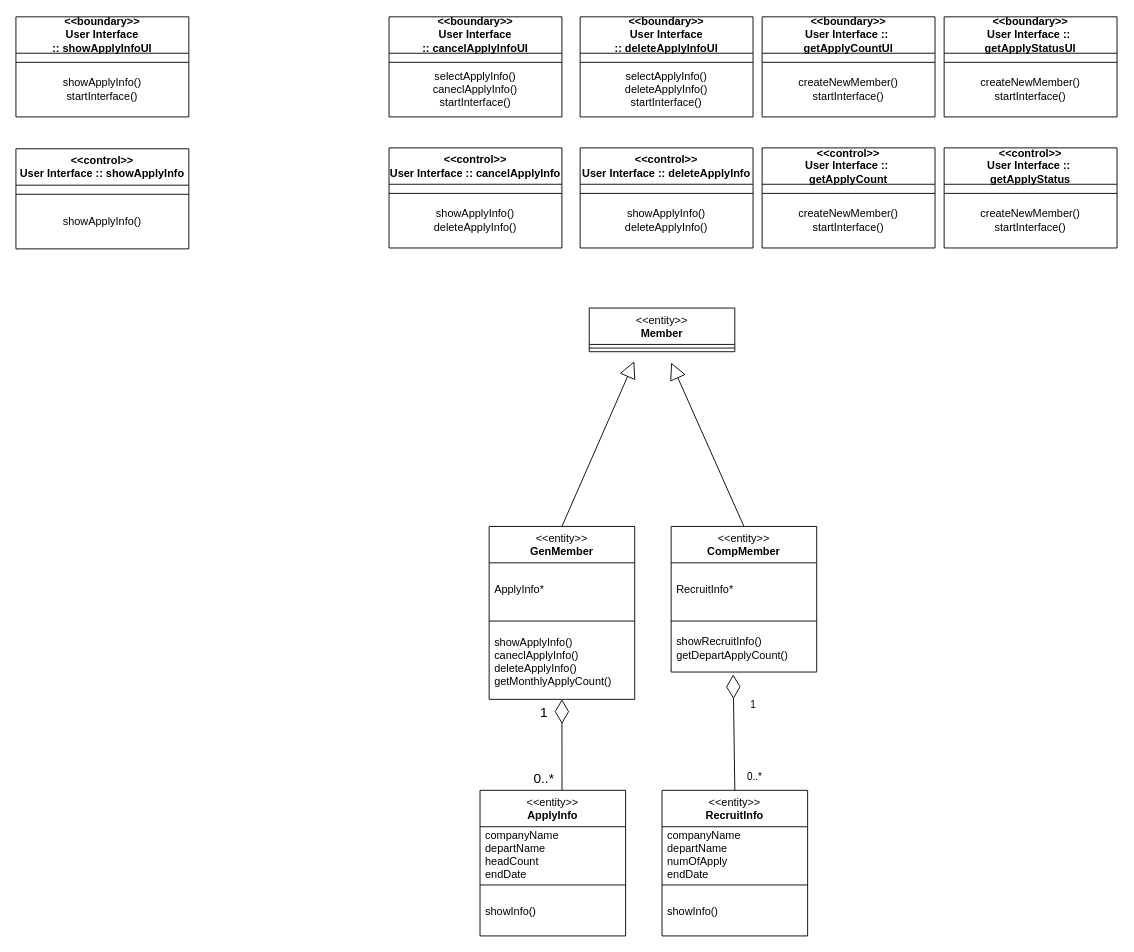
Before: page "class_diagram" (1 of 10) of classDiagram.drawio in hjee02018/UML, a draw.io diagram. Source tidied: cells renumbered, new cells numbered last; positions are measured from the earlier drawing's top-left corner, leaving out a move shared by most shapes. Both pictures are drawn from the tidied source at 91%, with x=0, y=0 at pixel (15, 16).
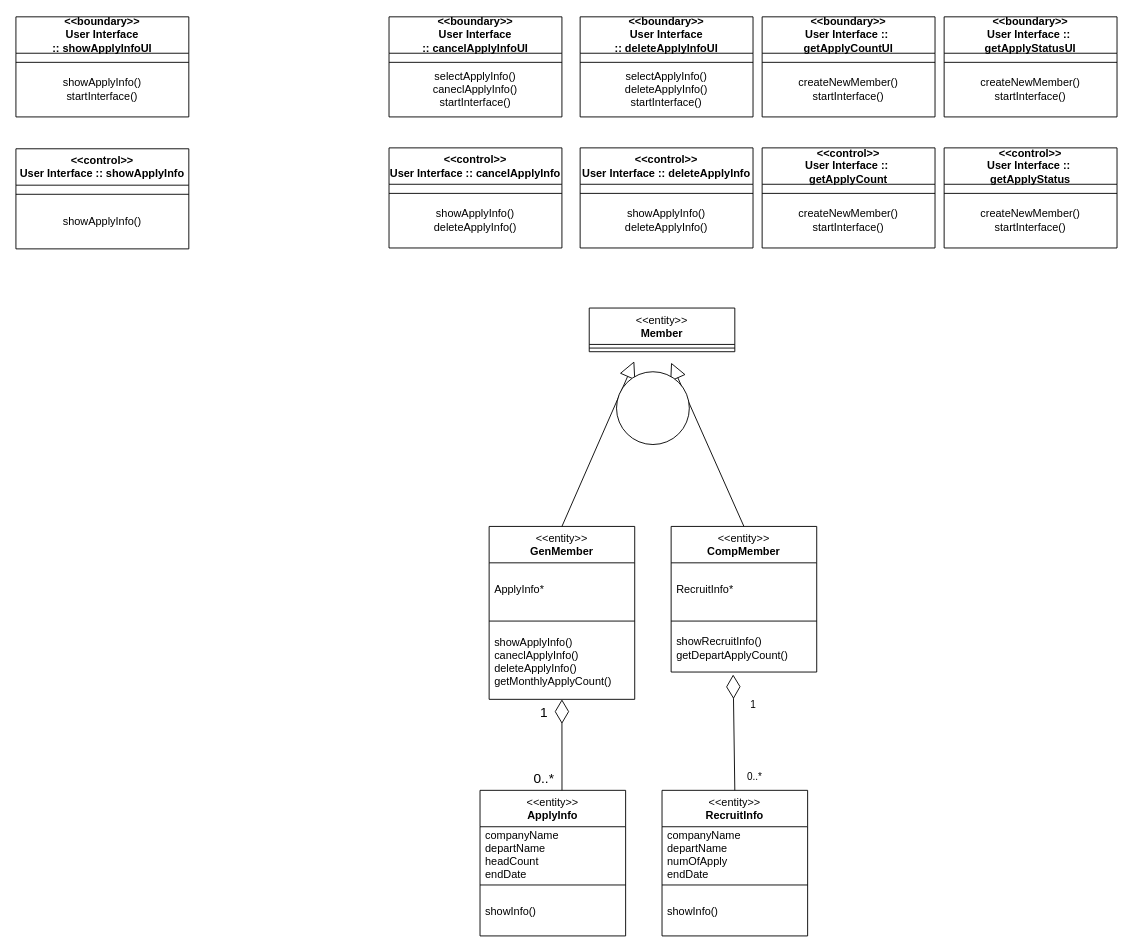
The same page after the edit.

Change to the diagram source:
```diff
@@
+    <mxCell id="74" style="ellipse;whiteSpace=wrap;html=1;" parent="1" vertex="1">
+      <mxGeometry x="660" y="390" width="80" height="80" as="geometry" />
+    </mxCell>
```
